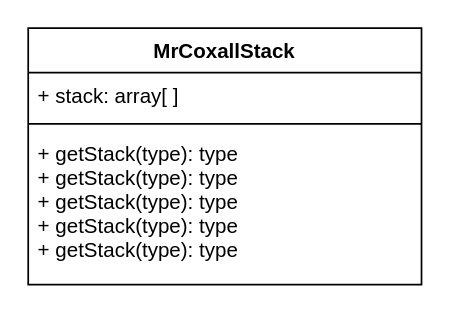
Aidan-Lalonde-Novales/ics4u-unit2-04-typescript keeps this draw.io diagram as drawio/StackClassDiagram.drawio. Above is the earlier version. Source tidied: cells renumbered, new cells numbered last; positions are measured from the earlier drawing's top-left corner, leaving out a move shared by most shapes. Both pictures are drawn from the tidied source at 171%, with x=0, y=0 at pixel (27, 27).
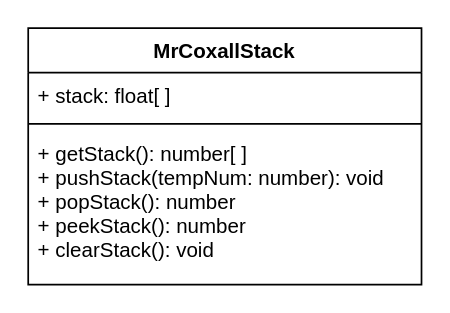
After the change.

The edit, as a diff of the source:
```diff
@@
 <mxGraphModel>
   <root>
     <mxCell id="0" />
     <mxCell id="1" parent="0" />
     <mxCell id="2" value="MrCoxallStack" style="swimlane;fontStyle=1;align=center;verticalAlign=top;horizontal=1;startSize=26;" parent="1" vertex="1">
       <mxGeometry width="230" height="150" as="geometry" />
     </mxCell>
-    <mxCell id="3" value="+ stack: array[ ]" style="text;strokeColor=none;fillColor=none;align=left;verticalAlign=top;spacingLeft=4;spacingRight=4;overflow=hidden;" parent="2" vertex="1">
+    <mxCell id="3" value="+ stack: float[ ]" style="text;strokeColor=none;fillColor=none;align=left;verticalAlign=top;spacingLeft=4;spacingRight=4;overflow=hidden;" parent="2" vertex="1">
       <mxGeometry y="26" width="230" height="26" as="geometry" />
     </mxCell>
     <mxCell id="4" style="line;strokeWidth=1;fillColor=none;align=left;verticalAlign=middle;spacingTop=-1;spacingLeft=3;spacingRight=3;labelPosition=right;" parent="2" vertex="1">
       <mxGeometry y="52" width="230" height="8" as="geometry" />
     </mxCell>
-    <mxCell id="5" value="+ getStack(type): type&#10;+ getStack(type): type&#10;+ getStack(type): type&#10;+ getStack(type): type&#10;+ getStack(type): type" style="text;strokeColor=none;fillColor=none;align=left;verticalAlign=top;spacingLeft=4;spacingRight=4;overflow=hidden;" parent="2" vertex="1">
+    <mxCell id="5" value="+ getStack(): number[ ]&#10;+ pushStack(tempNum: number): void&#10;+ popStack(): number&#10;+ peekStack(): number&#10;+ clearStack(): void" style="text;strokeColor=none;fillColor=none;align=left;verticalAlign=top;spacingLeft=4;spacingRight=4;overflow=hidden;" parent="2" vertex="1">
       <mxGeometry y="60" width="230" height="90" as="geometry" />
     </mxCell>
   </root>
 </mxGraphModel>
```
